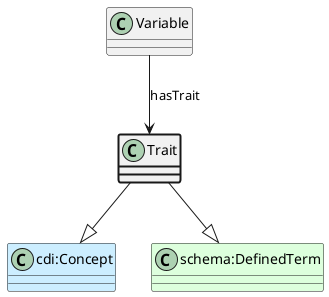
aus-plant-phenomics-network/appn-schema keeps this PlantUML diagram as ttl_uml/ttl_appn_Trait.png. Above is the earlier version.
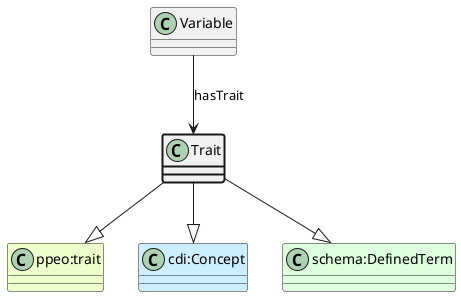
After the commit.

Diff of the diagram source:
```diff
@@ -1,5 +1,7 @@
 @startuml
 class Trait  #line.bold
+class "ppeo:trait" #EEFFCC
+Trait --|> "ppeo:trait"
 class "cdi:Concept" #CCEEFF
 Trait --|> "cdi:Concept"
 class "schema:DefinedTerm" #DDFFDD
```
